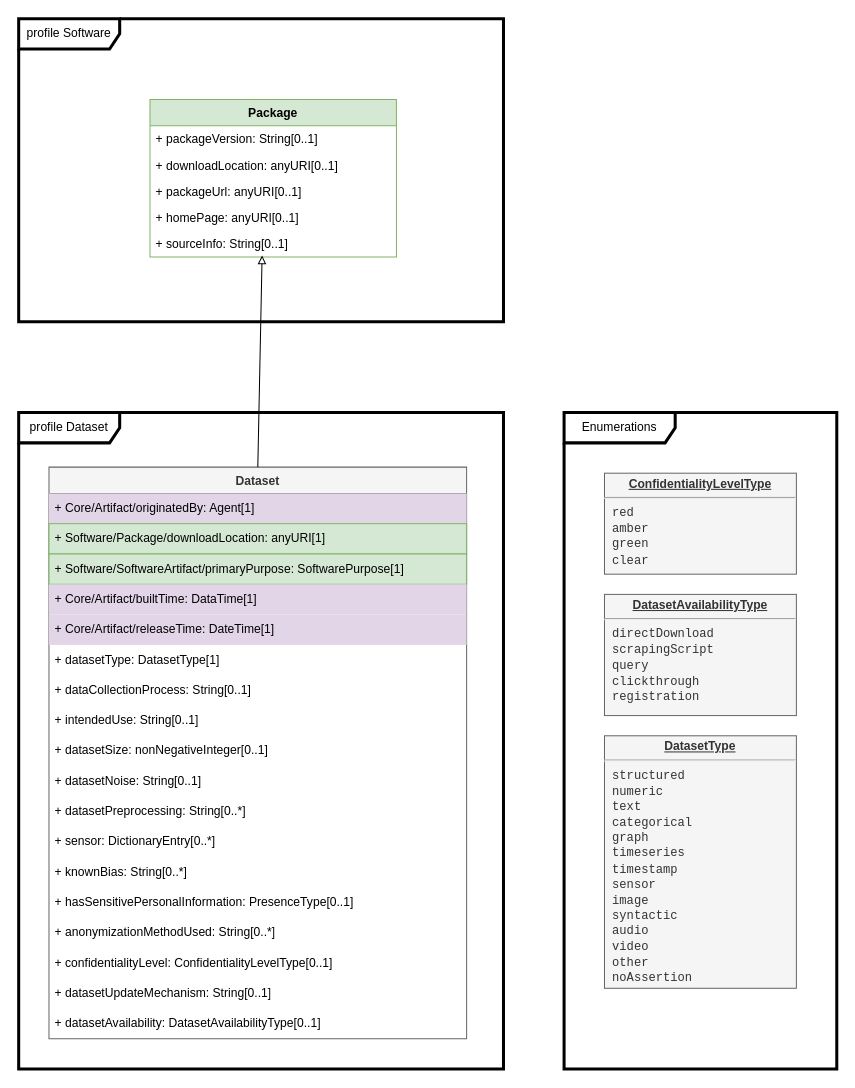
Earlier version of the draw.io diagram page "Dataset" (6 of 7) of model.drawio (spdx/spdx-3-model). Source tidied: cells renumbered, new cells numbered last; positions are measured from the earlier drawing's top-left corner, leaving out a move shared by most shapes. Both pictures are drawn from the tidied source at 101%, with x=0, y=0 at pixel (18, 18).
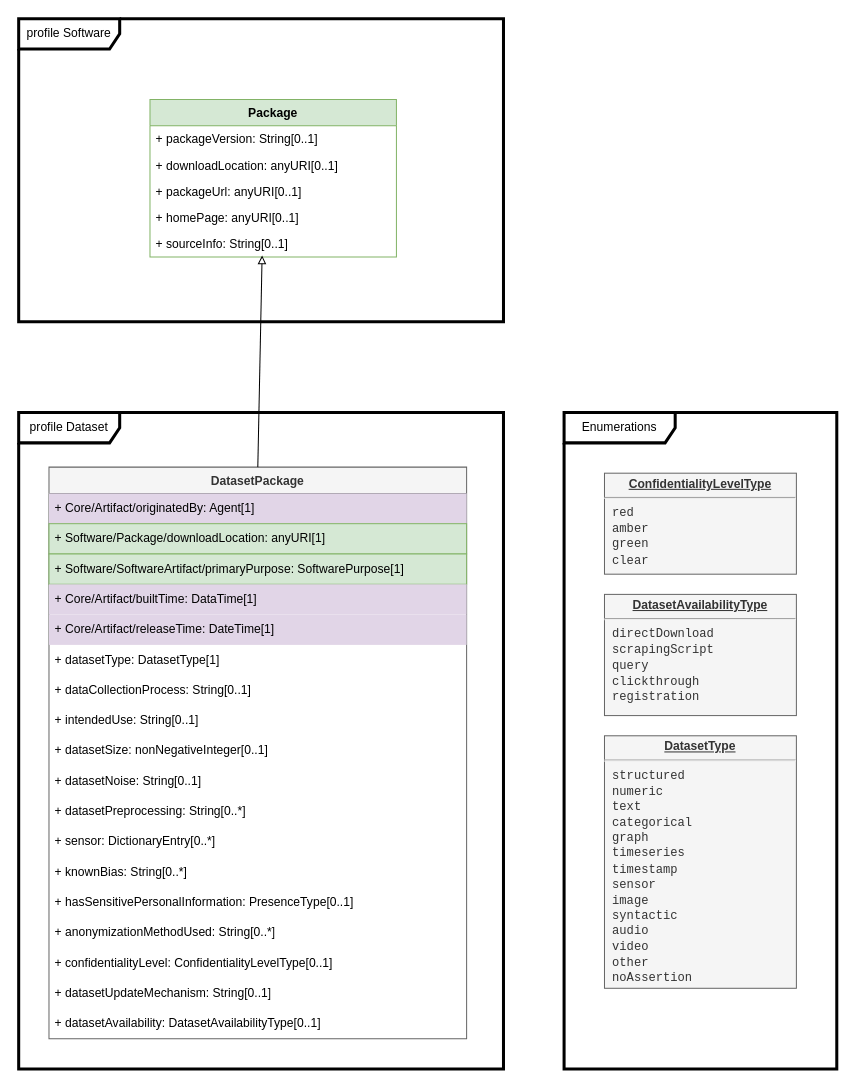
The same diagram, later.

The edit, as a diff of the source:
```diff
@@
-    <mxCell id="10" value="Dataset" style="swimlane;fontStyle=1;horizontal=1;startSize=26;fillColor=#f5f5f5;strokeColor=#666666;fontColor=#333333;" parent="1" vertex="1">
+    <mxCell id="10" value="DatasetPackage" style="swimlane;fontStyle=1;horizontal=1;startSize=26;fillColor=#f5f5f5;strokeColor=#666666;fontColor=#333333;" parent="1" vertex="1">
       <mxGeometry x="30" y="444" width="413.5" height="566" as="geometry" />
     </mxCell>
```
